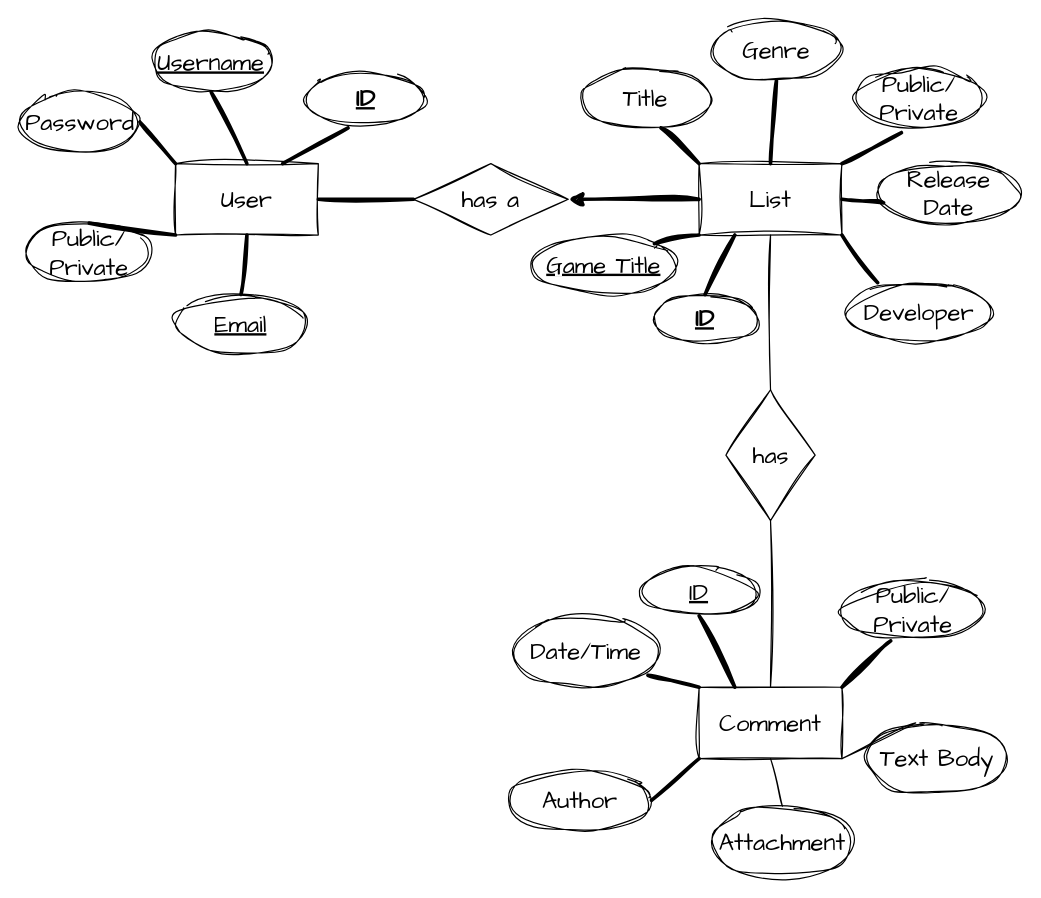
Before: zeekERD.drawio in KMoussa33/Zeek, a draw.io diagram. Source tidied: cells renumbered, new cells numbered last; positions are measured from the earlier drawing's top-left corner, leaving out a move shared by most shapes. Both pictures are drawn from the tidied source at 119%, with x=0, y=0 at pixel (20, 20).
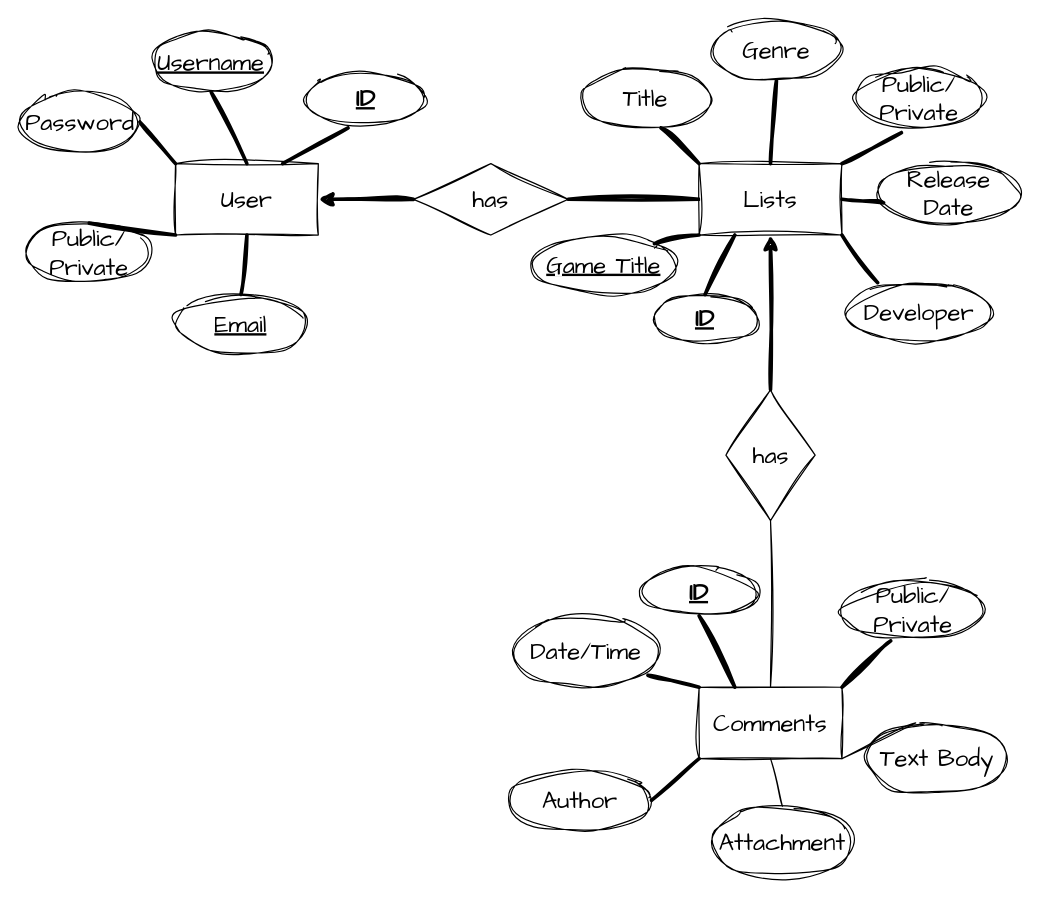
Above is the later version.

The change refers to these unchanged cells:
```xml
<mxCell id="2" value="User" style="rounded=0;whiteSpace=wrap;html=1;sketch=1;hachureGap=4;jiggle=2;curveFitting=1;fontFamily=Architects Daughter;fontSize=20;" parent="1" vertex="1">
  <mxGeometry x="130" y="120" width="120" height="60" as="geometry" />
</mxCell>
<mxCell id="26" value="has" style="rhombus;whiteSpace=wrap;html=1;sketch=1;hachureGap=4;jiggle=2;curveFitting=1;fontFamily=Architects Daughter;fontSize=20;" parent="1" vertex="1">
  <mxGeometry x="592.5" y="310" width="75" height="110" as="geometry" />
</mxCell>
```

Diff of the diagram source:
```diff
@@
-    <mxCell id="11" value="has a" style="rhombus;whiteSpace=wrap;html=1;sketch=1;hachureGap=4;jiggle=2;curveFitting=1;fontFamily=Architects Daughter;fontSize=20;" parent="1" vertex="1">
+    <mxCell id="11" value="has" style="rhombus;whiteSpace=wrap;html=1;sketch=1;hachureGap=4;jiggle=2;curveFitting=1;fontFamily=Architects Daughter;fontSize=20;" parent="1" vertex="1">
       <mxGeometry x="330" y="120" width="130" height="60" as="geometry" />
     </mxCell>
-    <mxCell id="12" style="endArrow=none;html=1;sketch=1;hachureGap=4;jiggle=2;curveFitting=1;strokeWidth=3;fontFamily=Architects Daughter;fontSize=16;exitX=1;exitY=0.5;exitDx=0;exitDy=0;entryX=0;entryY=0.5;entryDx=0;entryDy=0;" parent="1" edge="1" source="2" target="11">
+    <mxCell id="12" style="endArrow=none;html=1;sketch=1;hachureGap=4;jiggle=2;curveFitting=1;strokeWidth=3;fontFamily=Architects Daughter;fontSize=16;exitX=0;exitY=0.5;exitDx=0;exitDy=0;entryX=1;entryY=0.5;entryDx=0;entryDy=0;" parent="1" edge="1" source="13" target="11">
       <mxGeometry relative="1" as="geometry" />
     </mxCell>
-    <mxCell id="13" value="List" style="rounded=0;whiteSpace=wrap;html=1;sketch=1;hachureGap=4;jiggle=2;curveFitting=1;fontFamily=Architects Daughter;fontSize=20;" parent="1" vertex="1">
+    <mxCell id="13" value="Lists" style="rounded=0;whiteSpace=wrap;html=1;sketch=1;hachureGap=4;jiggle=2;curveFitting=1;fontFamily=Architects Daughter;fontSize=20;" parent="1" vertex="1">
       <mxGeometry x="570" y="120" width="120" height="60" as="geometry" />
     </mxCell>
@@
-    <mxCell id="27" value="Comment" style="rounded=0;whiteSpace=wrap;html=1;sketch=1;hachureGap=4;jiggle=2;curveFitting=1;fontFamily=Architects Daughter;fontSize=20;" parent="1" vertex="1">
+    <mxCell id="27" value="Comments" style="rounded=0;whiteSpace=wrap;html=1;sketch=1;hachureGap=4;jiggle=2;curveFitting=1;fontFamily=Architects Daughter;fontSize=20;" parent="1" vertex="1">
       <mxGeometry x="570" y="560" width="120" height="60" as="geometry" />
     </mxCell>
-    <mxCell id="28" style="endArrow=none;html=1;sketch=1;hachureGap=4;jiggle=2;curveFitting=1;strokeWidth=1;fontFamily=Architects Daughter;fontSize=16;entryX=0.5;entryY=0;entryDx=0;entryDy=0;exitX=0.5;exitY=1;exitDx=0;exitDy=0;" parent="1" edge="1" source="13" target="26">
-      <mxGeometry relative="1" as="geometry" />
-    </mxCell>
@@
-    <mxCell id="40" style="endArrow=classic;html=1;sketch=1;hachureGap=4;jiggle=2;curveFitting=1;strokeWidth=3;fontFamily=Architects Daughter;fontSize=16;entryX=1;entryY=0.5;entryDx=0;entryDy=0;exitX=0;exitY=0.5;exitDx=0;exitDy=0;" parent="1" edge="1" source="13" target="11">
+    <mxCell id="40" style="endArrow=classic;html=1;sketch=1;hachureGap=4;jiggle=2;curveFitting=1;strokeWidth=3;fontFamily=Architects Daughter;fontSize=16;entryX=1;entryY=0.5;entryDx=0;entryDy=0;exitX=0;exitY=0.5;exitDx=0;exitDy=0;" parent="1" edge="1" source="11" target="2">
       <mxGeometry relative="1" as="geometry" />
     </mxCell>
-    <mxCell id="41" value="&lt;u&gt;ID&lt;/u&gt;" style="ellipse;whiteSpace=wrap;html=1;sketch=1;hachureGap=4;jiggle=2;curveFitting=1;fontFamily=Architects Daughter;fontSize=20;" parent="1" vertex="1">
+    <mxCell id="41" value="&lt;u&gt;&lt;b&gt;ID&lt;/b&gt;&lt;/u&gt;" style="ellipse;whiteSpace=wrap;html=1;sketch=1;hachureGap=4;jiggle=2;curveFitting=1;fontFamily=Architects Daughter;fontSize=20;" parent="1" vertex="1">
       <mxGeometry x="520" y="460" width="100" height="40" as="geometry" />
     </mxCell>
@@
+    <mxCell id="47" style="endArrow=classic;html=1;sketch=1;hachureGap=4;jiggle=2;curveFitting=1;strokeWidth=3;fontFamily=Architects Daughter;fontSize=16;entryX=0.5;entryY=1;entryDx=0;entryDy=0;exitX=0.5;exitY=0;exitDx=0;exitDy=0;" parent="1" edge="1" source="26" target="13">
+      <mxGeometry relative="1" as="geometry" />
+    </mxCell>
```
